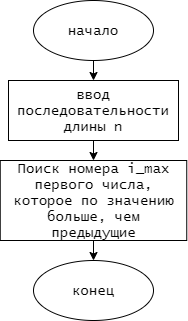
The draw.io diagram лр7/лр7(укруп.бл).png in Aprokun/-, before a commit. Source tidied: cells renumbered, new cells last; positions are measured from the earlier drawing's top-left corner, leaving out a move shared by most shapes.
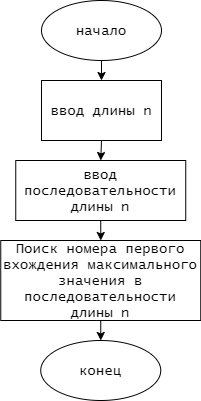
Above is the later version.

The edit, as a diff of the source:
```diff
@@ -2,9 +2,9 @@
   <root>
     <mxCell id="0" />
     <mxCell id="1" parent="0" />
-    <mxCell id="2" style="edgeStyle=orthogonalEdgeStyle;rounded=0;jettySize=auto;html=1;exitX=0.5;exitY=1;exitDx=0;exitDy=0;entryX=0.5;entryY=0;entryDx=0;entryDy=0;fontFamily=Lucida Console;fontSize=14;" parent="1" edge="1" source="3" target="5">
-      <mxGeometry relative="1" as="geometry" />
-    </mxCell>
+    <mxCell id="9" style="edgeStyle=orthogonalEdgeStyle;rounded=0;jettySize=auto;html=1;exitX=0.5;exitY=1;exitDx=0;exitDy=0;entryX=0.5;entryY=0;entryDx=0;entryDy=0;fontFamily=Lucida Console;fontSize=14;" parent="1" edge="1" source="3" target="11">
+      <mxGeometry relative="1" as="geometry" />
+    </mxCell>
     <mxCell id="3" value="начало" style="ellipse;whiteSpace=wrap;html=1;fontFamily=Lucida Console;fontSize=14;" parent="1" vertex="1">
       <mxGeometry x="33" width="120" height="60" as="geometry" />
     </mxCell>
@@ -12,18 +12,24 @@
       <mxGeometry relative="1" as="geometry" />
     </mxCell>
     <mxCell id="5" value="ввод последовательности длины n" style="rounded=0;whiteSpace=wrap;html=1;fontFamily=Lucida Console;fontSize=14;" parent="1" vertex="1">
-      <mxGeometry x="8" y="80" width="170" height="60" as="geometry" />
+      <mxGeometry x="7.2" y="160" width="170" height="60" as="geometry" />
     </mxCell>
-    <mxCell id="6" value="Поиск номера i_max первого числа, которое по значению больше, чем предыдущие" style="rounded=0;whiteSpace=wrap;html=1;fontFamily=Lucida Console;fontSize=14;align=center;" parent="1" vertex="1">
-      <mxGeometry x="-0.2" y="160" width="186.5" height="80" as="geometry" />
+    <mxCell id="6" value="Поиск номера первого вхождения максимального значения в последовательности длины n" style="rounded=0;whiteSpace=wrap;html=1;fontFamily=Lucida Console;fontSize=14;align=center;" parent="1" vertex="1">
+      <mxGeometry x="-7.8" y="240" width="200" height="80" as="geometry" />
     </mxCell>
     <mxCell id="7" style="edgeStyle=orthogonalEdgeStyle;rounded=0;jettySize=auto;html=1;exitX=0.5;exitY=1;exitDx=0;exitDy=0;entryX=0.5;entryY=0;entryDx=0;entryDy=0;fontFamily=Lucida Console;fontSize=14;" parent="1" edge="1" target="8">
       <mxGeometry relative="1" as="geometry">
-        <mxPoint x="93" y="240" as="sourcePoint" />
+        <mxPoint x="92.2" y="320" as="sourcePoint" />
       </mxGeometry>
     </mxCell>
     <mxCell id="8" value="конец" style="ellipse;whiteSpace=wrap;html=1;fontFamily=Lucida Console;fontSize=14;" parent="1" vertex="1">
-      <mxGeometry x="33" y="260" width="120" height="60" as="geometry" />
+      <mxGeometry x="32.2" y="340" width="120" height="60" as="geometry" />
     </mxCell>
+    <mxCell id="10" style="edgeStyle=orthogonalEdgeStyle;rounded=0;jettySize=auto;html=1;exitX=0.5;exitY=1;exitDx=0;exitDy=0;entryX=0.5;entryY=0;entryDx=0;entryDy=0;fontFamily=Lucida Console;fontSize=14;" parent="1" edge="1" source="11" target="5">
+      <mxGeometry relative="1" as="geometry" />
+    </mxCell>
+    <mxCell id="11" value="ввод длины n" style="rounded=0;whiteSpace=wrap;html=1;fontSize=14;fontFamily=Lucida Console;" parent="1" vertex="1">
+      <mxGeometry x="33" y="80" width="120" height="60" as="geometry" />
+    </mxCell>
   </root>
 </mxGraphModel>
```
